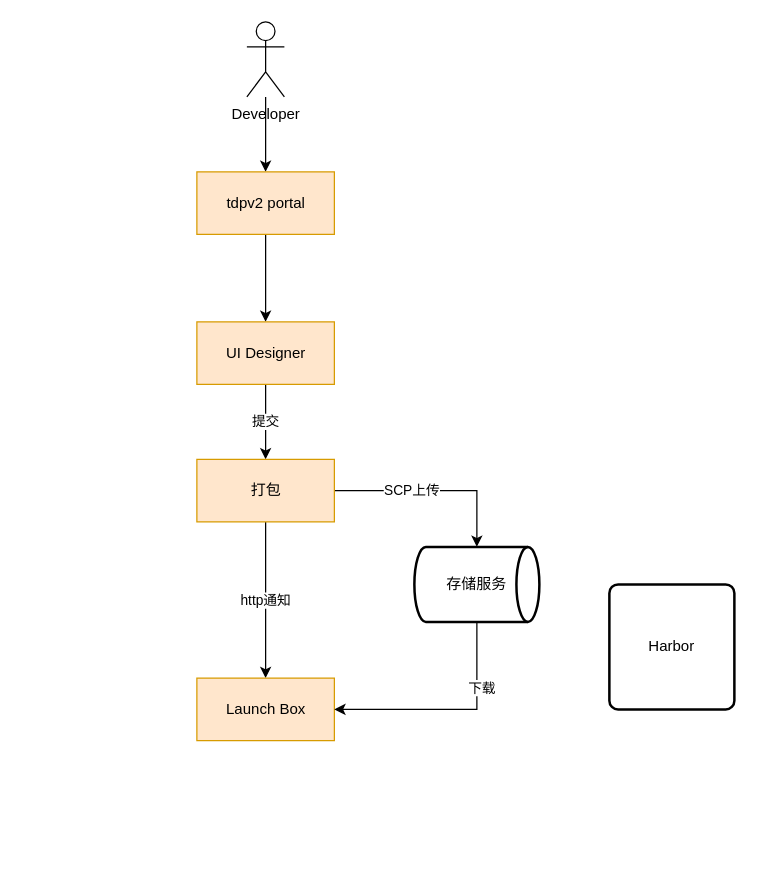
Before: 222.drawio in zengwenju/myfirsttest, a draw.io diagram. Source tidied: cells renumbered, new cells numbered last; positions are measured from the earlier drawing's top-left corner, leaving out a move shared by most shapes. Both pictures are drawn from the tidied source at 125%, with x=0, y=0 at pixel (196, 21).
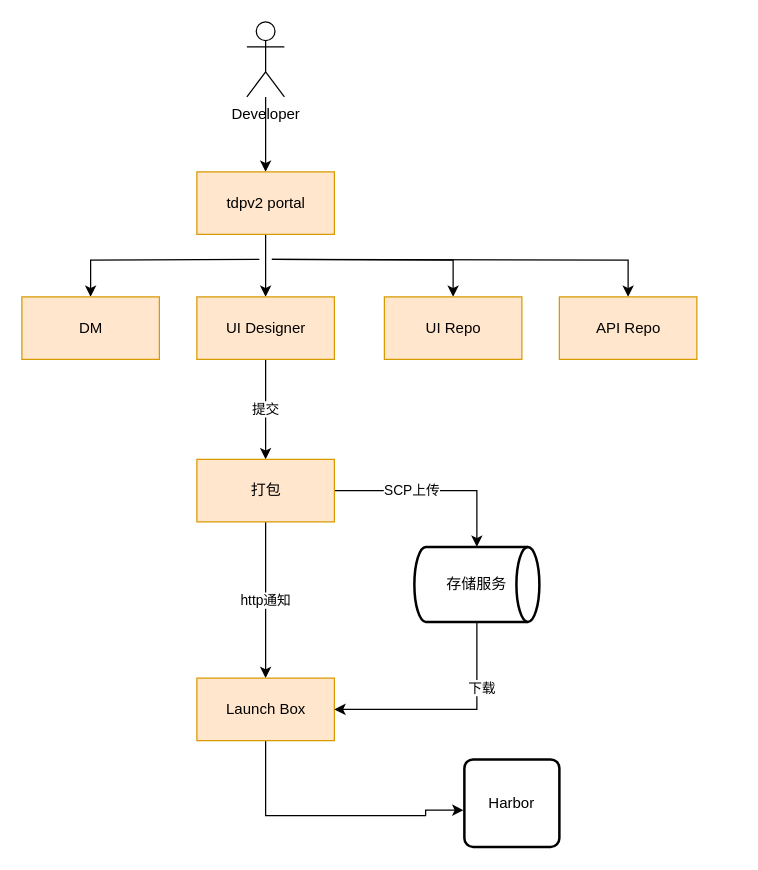
After the change.

The change refers to these unchanged cells:
```xml
<mxCell id="12" value="Launch Box" style="html=1;fillColor=#ffe6cc;strokeColor=#d79b00;" parent="1" vertex="1">
  <mxGeometry y="525" width="110" height="50" as="geometry" />
</mxCell>
```

The edit, as a diff of the source:
```diff
@@
+    <mxCell id="17" style="edgeStyle=orthogonalEdgeStyle;rounded=0;jettySize=auto;html=1;" parent="1" edge="1" target="22">
+      <mxGeometry relative="1" as="geometry">
+        <mxPoint x="50" y="190" as="sourcePoint" />
+      </mxGeometry>
+    </mxCell>
+    <mxCell id="18" style="edgeStyle=orthogonalEdgeStyle;rounded=0;jettySize=auto;html=1;entryX=0.5;entryY=0;entryDx=0;entryDy=0;" parent="1" edge="1" target="21">
+      <mxGeometry relative="1" as="geometry">
+        <mxPoint x="60" y="190" as="sourcePoint" />
+      </mxGeometry>
+    </mxCell>
+    <mxCell id="19" style="edgeStyle=orthogonalEdgeStyle;rounded=0;jettySize=auto;html=1;" parent="1" edge="1" target="23">
+      <mxGeometry relative="1" as="geometry">
+        <mxPoint x="60" y="190" as="sourcePoint" />
+      </mxGeometry>
+    </mxCell>
@@
     <mxCell id="7" value="UI Designer" style="html=1;fillColor=#ffe6cc;strokeColor=#d79b00;" parent="1" vertex="1">
-      <mxGeometry y="240" width="110" height="50" as="geometry" />
+      <mxGeometry y="220" width="110" height="50" as="geometry" />
     </mxCell>
@@
+    <mxCell id="20" style="edgeStyle=orthogonalEdgeStyle;rounded=0;jettySize=auto;html=1;entryX=-0.01;entryY=0.58;entryDx=0;entryDy=0;entryPerimeter=0;" parent="1" edge="1" source="12" target="16">
+      <mxGeometry relative="1" as="geometry">
+        <Array as="points">
+          <mxPoint x="55" y="635" />
+          <mxPoint x="183" y="635" />
+        </Array>
+      </mxGeometry>
+    </mxCell>
@@
-    <mxCell id="16" value="Harbor" style="rounded=1;whiteSpace=wrap;html=1;absoluteArcSize=1;arcSize=14;strokeWidth=2;" parent="1" vertex="1">
-      <mxGeometry x="330" y="450" width="100" height="100" as="geometry" />
+    <mxCell id="16" value="Harbor&lt;br&gt;" style="rounded=1;whiteSpace=wrap;html=1;absoluteArcSize=1;arcSize=14;strokeWidth=2;" parent="1" vertex="1">
+      <mxGeometry x="214" y="590" width="76" height="70" as="geometry" />
     </mxCell>
+    <mxCell id="21" value="UI Repo" style="html=1;fillColor=#ffe6cc;strokeColor=#d79b00;" parent="1" vertex="1">
+      <mxGeometry x="150" y="220" width="110" height="50" as="geometry" />
+    </mxCell>
+    <mxCell id="22" value="DM" style="html=1;fillColor=#ffe6cc;strokeColor=#d79b00;" parent="1" vertex="1">
+      <mxGeometry x="-140" y="220" width="110" height="50" as="geometry" />
+    </mxCell>
+    <mxCell id="23" value="API Repo" style="html=1;fillColor=#ffe6cc;strokeColor=#d79b00;" parent="1" vertex="1">
+      <mxGeometry x="290" y="220" width="110" height="50" as="geometry" />
+    </mxCell>
```
